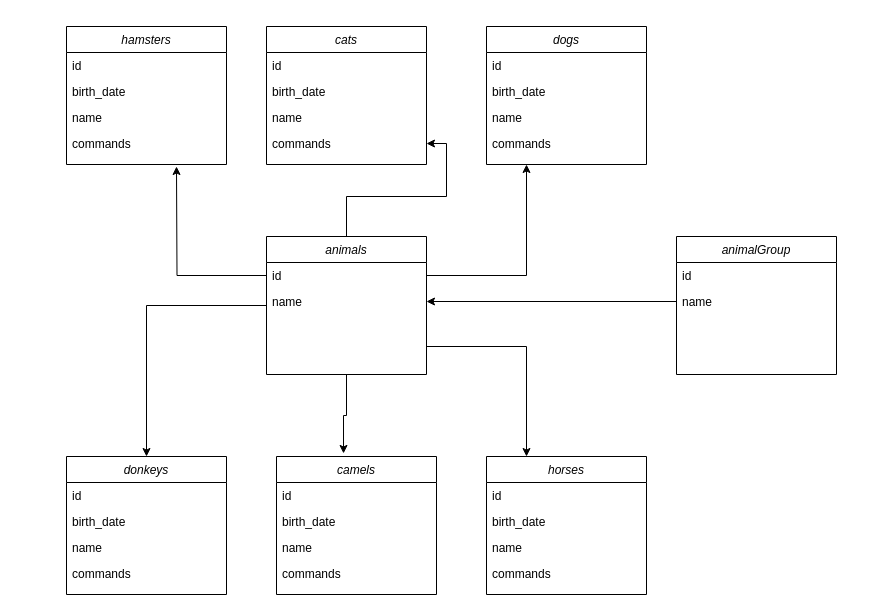
This is src/diagram/human_friends.drawio from posthak/GB_Specialization, a draw.io file, before an edit. Source tidied: cells renumbered, new cells numbered last; positions are measured from the earlier drawing's top-left corner, leaving out a move shared by most shapes. Both pictures are drawn from the tidied source at 100%, with x=0, y=0 at pixel (66, 26).
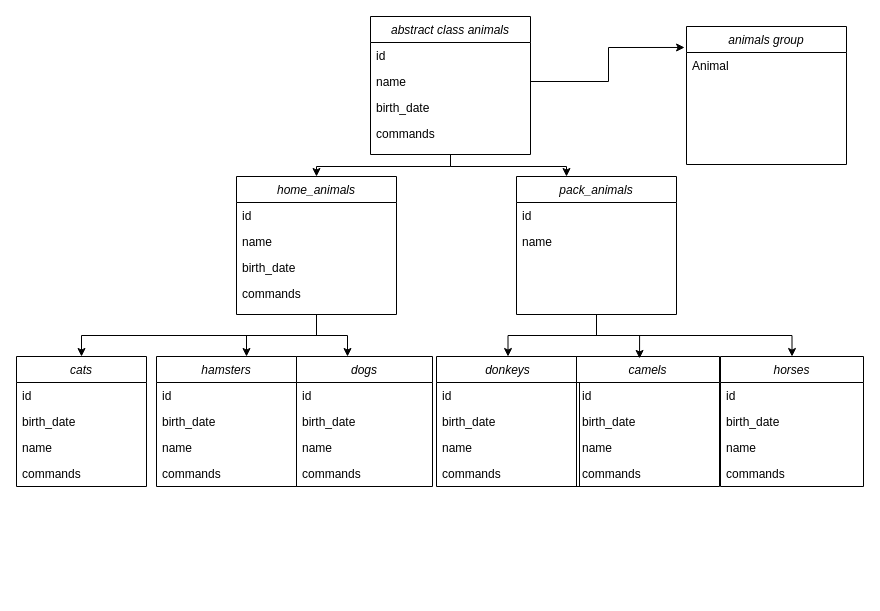
After the change.

Change to the diagram source:
```diff
@@
     <mxCell id="2" value="donkeys" style="swimlane;fontStyle=2;align=center;verticalAlign=top;horizontal=1;startSize=26;rounded=0;shadow=0;strokeWidth=1;" parent="1" vertex="1">
-      <mxGeometry y="430" width="160" height="138" as="geometry" />
+      <mxGeometry x="370" y="330" width="143" height="130" as="geometry" />
     </mxCell>
     <mxCell id="3" value="id" style="text;align=left;verticalAlign=top;spacingLeft=4;spacingRight=4;overflow=hidden;" parent="2" vertex="1">
-      <mxGeometry y="26" width="160" height="26" as="geometry" />
+      <mxGeometry y="26" width="143" height="26" as="geometry" />
     </mxCell>
     <mxCell id="4" value="birth_date" style="text;align=left;verticalAlign=top;spacingLeft=4;spacingRight=4;overflow=hidden;rounded=0;shadow=0;html=0;" parent="2" vertex="1">
-      <mxGeometry y="52" width="160" height="26" as="geometry" />
+      <mxGeometry y="52" width="143" height="26" as="geometry" />
     </mxCell>
     <mxCell id="5" value="name" style="text;align=left;verticalAlign=top;spacingLeft=4;spacingRight=4;overflow=hidden;rounded=0;shadow=0;html=0;" parent="2" vertex="1">
-      <mxGeometry y="78" width="160" height="26" as="geometry" />
+      <mxGeometry y="78" width="143" height="26" as="geometry" />
     </mxCell>
     <mxCell id="6" value="commands" style="text;align=left;verticalAlign=top;spacingLeft=4;spacingRight=4;overflow=hidden;" parent="2" vertex="1">
-      <mxGeometry y="104" width="160" height="26" as="geometry" />
+      <mxGeometry y="104" width="143" height="26" as="geometry" />
     </mxCell>
     <mxCell id="7" value="camels" style="swimlane;fontStyle=2;align=center;verticalAlign=top;horizontal=1;startSize=26;rounded=0;shadow=0;strokeWidth=1;" parent="1" vertex="1">
-      <mxGeometry x="210" y="430" width="160" height="138" as="geometry" />
+      <mxGeometry x="510" y="330" width="143" height="130" as="geometry" />
     </mxCell>
     <mxCell id="8" value="id" style="text;align=left;verticalAlign=top;spacingLeft=4;spacingRight=4;overflow=hidden;" parent="7" vertex="1">
-      <mxGeometry y="26" width="160" height="26" as="geometry" />
+      <mxGeometry y="26" width="143" height="26" as="geometry" />
     </mxCell>
     <mxCell id="9" value="birth_date" style="text;align=left;verticalAlign=top;spacingLeft=4;spacingRight=4;overflow=hidden;rounded=0;shadow=0;html=0;" parent="7" vertex="1">
-      <mxGeometry y="52" width="160" height="26" as="geometry" />
+      <mxGeometry y="52" width="143" height="26" as="geometry" />
     </mxCell>
     <mxCell id="10" value="name" style="text;align=left;verticalAlign=top;spacingLeft=4;spacingRight=4;overflow=hidden;rounded=0;shadow=0;html=0;" parent="7" vertex="1">
-      <mxGeometry y="78" width="160" height="26" as="geometry" />
+      <mxGeometry y="78" width="143" height="26" as="geometry" />
     </mxCell>
     <mxCell id="11" value="commands" style="text;align=left;verticalAlign=top;spacingLeft=4;spacingRight=4;overflow=hidden;" parent="7" vertex="1">
-      <mxGeometry y="104" width="160" height="26" as="geometry" />
+      <mxGeometry y="104" width="143" height="26" as="geometry" />
     </mxCell>
     <mxCell id="12" value="horses" style="swimlane;fontStyle=2;align=center;verticalAlign=top;horizontal=1;startSize=26;rounded=0;shadow=0;strokeWidth=1;" parent="1" vertex="1">
-      <mxGeometry x="420" y="430" width="160" height="138" as="geometry" />
+      <mxGeometry x="654" y="330" width="143" height="130" as="geometry" />
     </mxCell>
     <mxCell id="13" value="id" style="text;align=left;verticalAlign=top;spacingLeft=4;spacingRight=4;overflow=hidden;" parent="12" vertex="1">
-      <mxGeometry y="26" width="160" height="26" as="geometry" />
+      <mxGeometry y="26" width="143" height="26" as="geometry" />
     </mxCell>
     <mxCell id="14" value="birth_date" style="text;align=left;verticalAlign=top;spacingLeft=4;spacingRight=4;overflow=hidden;rounded=0;shadow=0;html=0;" parent="12" vertex="1">
-      <mxGeometry y="52" width="160" height="26" as="geometry" />
+      <mxGeometry y="52" width="143" height="26" as="geometry" />
     </mxCell>
     <mxCell id="15" value="name" style="text;align=left;verticalAlign=top;spacingLeft=4;spacingRight=4;overflow=hidden;rounded=0;shadow=0;html=0;" parent="12" vertex="1">
-      <mxGeometry y="78" width="160" height="26" as="geometry" />
+      <mxGeometry y="78" width="143" height="26" as="geometry" />
     </mxCell>
     <mxCell id="16" value="commands" style="text;align=left;verticalAlign=top;spacingLeft=4;spacingRight=4;overflow=hidden;" parent="12" vertex="1">
-      <mxGeometry y="104" width="160" height="26" as="geometry" />
+      <mxGeometry y="104" width="143" height="26" as="geometry" />
     </mxCell>
     <mxCell id="17" value="cats" style="swimlane;fontStyle=2;align=center;verticalAlign=top;horizontal=1;startSize=26;rounded=0;shadow=0;strokeWidth=1;" parent="1" vertex="1">
-      <mxGeometry x="200" width="160" height="138" as="geometry" />
+      <mxGeometry x="-50" y="330" width="130" height="130" as="geometry" />
     </mxCell>
     <mxCell id="18" value="id" style="text;align=left;verticalAlign=top;spacingLeft=4;spacingRight=4;overflow=hidden;" parent="17" vertex="1">
-      <mxGeometry y="26" width="160" height="26" as="geometry" />
+      <mxGeometry y="26" width="130" height="26" as="geometry" />
     </mxCell>
     <mxCell id="19" value="birth_date" style="text;align=left;verticalAlign=top;spacingLeft=4;spacingRight=4;overflow=hidden;rounded=0;shadow=0;html=0;" parent="17" vertex="1">
-      <mxGeometry y="52" width="160" height="26" as="geometry" />
+      <mxGeometry y="52" width="130" height="26" as="geometry" />
     </mxCell>
     <mxCell id="20" value="name" style="text;align=left;verticalAlign=top;spacingLeft=4;spacingRight=4;overflow=hidden;rounded=0;shadow=0;html=0;" parent="17" vertex="1">
-      <mxGeometry y="78" width="160" height="26" as="geometry" />
+      <mxGeometry y="78" width="130" height="26" as="geometry" />
     </mxCell>
     <mxCell id="21" value="commands" style="text;align=left;verticalAlign=top;spacingLeft=4;spacingRight=4;overflow=hidden;points=[[0,0.5],[1,0.5]];portConstraint=eastwest;" parent="17" vertex="1">
-      <mxGeometry y="104" width="160" height="26" as="geometry" />
+      <mxGeometry y="104" width="130" height="26" as="geometry" />
     </mxCell>
+    <mxCell id="27" value="hamsters" style="swimlane;fontStyle=2;align=center;verticalAlign=top;horizontal=1;startSize=26;rounded=0;shadow=0;strokeWidth=1;" parent="1" vertex="1">
+      <mxGeometry x="90" y="330" width="140" height="130" as="geometry" />
+    </mxCell>
+    <mxCell id="28" value="id" style="text;align=left;verticalAlign=top;spacingLeft=4;spacingRight=4;overflow=hidden;" parent="27" vertex="1">
+      <mxGeometry y="26" width="140" height="26" as="geometry" />
+    </mxCell>
+    <mxCell id="29" value="birth_date" style="text;align=left;verticalAlign=top;spacingLeft=4;spacingRight=4;overflow=hidden;rounded=0;shadow=0;html=0;" parent="27" vertex="1">
+      <mxGeometry y="52" width="140" height="26" as="geometry" />
+    </mxCell>
+    <mxCell id="30" value="name" style="text;align=left;verticalAlign=top;spacingLeft=4;spacingRight=4;overflow=hidden;rounded=0;shadow=0;html=0;" parent="27" vertex="1">
+      <mxGeometry y="78" width="140" height="26" as="geometry" />
+    </mxCell>
+    <mxCell id="31" value="commands" style="text;align=left;verticalAlign=top;spacingLeft=4;spacingRight=4;overflow=hidden;" parent="27" vertex="1">
+      <mxGeometry y="104" width="140" height="26" as="geometry" />
+    </mxCell>
+    <mxCell id="35" value="abstract class animals" style="swimlane;fontStyle=2;align=center;verticalAlign=top;horizontal=1;startSize=26;rounded=0;shadow=0;strokeWidth=1;" parent="1" vertex="1">
+      <mxGeometry x="304" y="-10" width="160" height="138" as="geometry" />
+    </mxCell>
+    <mxCell id="37" value="id" style="text;align=left;verticalAlign=top;spacingLeft=4;spacingRight=4;overflow=hidden;points=[[0,0.5],[1,0.5]];portConstraint=eastwest;" parent="35" vertex="1">
+      <mxGeometry y="26" width="160" height="26" as="geometry" />
+    </mxCell>
+    <mxCell id="38" value="name" style="text;align=left;verticalAlign=top;spacingLeft=4;spacingRight=4;overflow=hidden;points=[[0,0.5],[1,0.5]];portConstraint=eastwest;rounded=0;shadow=0;html=0;" parent="35" vertex="1">
+      <mxGeometry y="52" width="160" height="26" as="geometry" />
+    </mxCell>
+    <mxCell id="45" value="birth_date" style="text;align=left;verticalAlign=top;spacingLeft=4;spacingRight=4;overflow=hidden;rounded=0;shadow=0;html=0;" parent="35" vertex="1">
+      <mxGeometry y="78" width="160" height="26" as="geometry" />
+    </mxCell>
+    <mxCell id="46" value="commands" style="text;align=left;verticalAlign=top;spacingLeft=4;spacingRight=4;overflow=hidden;" parent="35" vertex="1">
+      <mxGeometry y="104" width="160" height="26" as="geometry" />
+    </mxCell>
     <mxCell id="22" value="dogs" style="swimlane;fontStyle=2;align=center;verticalAlign=top;horizontal=1;startSize=26;rounded=0;shadow=0;strokeWidth=1;" parent="1" vertex="1">
-      <mxGeometry x="420" width="160" height="138" as="geometry" />
+      <mxGeometry x="230" y="330" width="136" height="130" as="geometry" />
     </mxCell>
     <mxCell id="23" value="id" style="text;align=left;verticalAlign=top;spacingLeft=4;spacingRight=4;overflow=hidden;" parent="22" vertex="1">
-      <mxGeometry y="26" width="160" height="26" as="geometry" />
+      <mxGeometry y="26" width="136" height="26" as="geometry" />
     </mxCell>
     <mxCell id="24" value="birth_date" style="text;align=left;verticalAlign=top;spacingLeft=4;spacingRight=4;overflow=hidden;rounded=0;shadow=0;html=0;" parent="22" vertex="1">
-      <mxGeometry y="52" width="160" height="26" as="geometry" />
+      <mxGeometry y="52" width="136" height="26" as="geometry" />
     </mxCell>
     <mxCell id="25" value="name" style="text;align=left;verticalAlign=top;spacingLeft=4;spacingRight=4;overflow=hidden;rounded=0;shadow=0;html=0;" parent="22" vertex="1">
-      <mxGeometry y="78" width="160" height="26" as="geometry" />
+      <mxGeometry y="78" width="136" height="26" as="geometry" />
     </mxCell>
     <mxCell id="26" value="commands" style="text;align=left;verticalAlign=top;spacingLeft=4;spacingRight=4;overflow=hidden;" parent="22" vertex="1">
-      <mxGeometry y="104" width="160" height="26" as="geometry" />
+      <mxGeometry y="104" width="136" height="26" as="geometry" />
     </mxCell>
-    <mxCell id="27" value="hamsters" style="swimlane;fontStyle=2;align=center;verticalAlign=top;horizontal=1;startSize=26;rounded=0;shadow=0;strokeWidth=1;" parent="1" vertex="1">
-      <mxGeometry width="160" height="138" as="geometry" />
-    </mxCell>
-    <mxCell id="28" value="id" style="text;align=left;verticalAlign=top;spacingLeft=4;spacingRight=4;overflow=hidden;" parent="27" vertex="1">
-      <mxGeometry y="26" width="160" height="26" as="geometry" />
-    </mxCell>
-    <mxCell id="29" value="birth_date" style="text;align=left;verticalAlign=top;spacingLeft=4;spacingRight=4;overflow=hidden;rounded=0;shadow=0;html=0;" parent="27" vertex="1">
-      <mxGeometry y="52" width="160" height="26" as="geometry" />
-    </mxCell>
-    <mxCell id="30" value="name" style="text;align=left;verticalAlign=top;spacingLeft=4;spacingRight=4;overflow=hidden;rounded=0;shadow=0;html=0;" parent="27" vertex="1">
-      <mxGeometry y="78" width="160" height="26" as="geometry" />
-    </mxCell>
-    <mxCell id="31" value="commands" style="text;align=left;verticalAlign=top;spacingLeft=4;spacingRight=4;overflow=hidden;" parent="27" vertex="1">
-      <mxGeometry y="104" width="160" height="26" as="geometry" />
-    </mxCell>
-    <mxCell id="32" style="edgeStyle=orthogonalEdgeStyle;rounded=0;jettySize=auto;html=1;" parent="1" edge="1" source="35" target="21">
-      <mxGeometry relative="1" as="geometry" />
-    </mxCell>
-    <mxCell id="33" style="edgeStyle=orthogonalEdgeStyle;rounded=0;jettySize=auto;html=1;entryX=0.5;entryY=0;entryDx=0;entryDy=0;" parent="1" edge="1" source="35" target="2">
-      <mxGeometry relative="1" as="geometry" />
-    </mxCell>
-    <mxCell id="34" style="edgeStyle=orthogonalEdgeStyle;rounded=0;jettySize=auto;html=1;entryX=0.25;entryY=0;entryDx=0;entryDy=0;" parent="1" edge="1" source="35" target="12">
-      <mxGeometry relative="1" as="geometry">
-        <Array as="points">
-          <mxPoint x="460" y="320" />
-        </Array>
-      </mxGeometry>
-    </mxCell>
-    <mxCell id="35" value="animals" style="swimlane;fontStyle=2;align=center;verticalAlign=top;horizontal=1;startSize=26;rounded=0;shadow=0;strokeWidth=1;" parent="1" vertex="1">
-      <mxGeometry x="200" y="210" width="160" height="138" as="geometry" />
-    </mxCell>
-    <mxCell id="36" style="edgeStyle=orthogonalEdgeStyle;rounded=0;jettySize=auto;html=1;" parent="35" edge="1" source="37">
-      <mxGeometry relative="1" as="geometry">
-        <mxPoint x="-90" y="-70" as="targetPoint" />
-      </mxGeometry>
-    </mxCell>
-    <mxCell id="37" value="id" style="text;align=left;verticalAlign=top;spacingLeft=4;spacingRight=4;overflow=hidden;points=[[0,0.5],[1,0.5]];portConstraint=eastwest;" parent="35" vertex="1">
-      <mxGeometry y="26" width="160" height="26" as="geometry" />
-    </mxCell>
-    <mxCell id="38" value="name" style="text;align=left;verticalAlign=top;spacingLeft=4;spacingRight=4;overflow=hidden;points=[[0,0.5],[1,0.5]];portConstraint=eastwest;rounded=0;shadow=0;html=0;" parent="35" vertex="1">
-      <mxGeometry y="52" width="160" height="26" as="geometry" />
-    </mxCell>
-    <mxCell id="39" value="animalGroup" style="swimlane;fontStyle=2;align=center;verticalAlign=top;horizontal=1;startSize=26;rounded=0;shadow=0;strokeWidth=1;" parent="1" vertex="1">
-      <mxGeometry x="610" y="210" width="160" height="138" as="geometry" />
-    </mxCell>
-    <mxCell id="40" value="id" style="text;align=left;verticalAlign=top;spacingLeft=4;spacingRight=4;overflow=hidden;" parent="39" vertex="1">
-      <mxGeometry y="26" width="160" height="26" as="geometry" />
-    </mxCell>
-    <mxCell id="41" value="name" style="text;align=left;verticalAlign=top;spacingLeft=4;spacingRight=4;overflow=hidden;points=[[0,0.5],[1,0.5]];portConstraint=eastwest;rounded=0;shadow=0;html=0;" parent="39" vertex="1">
-      <mxGeometry y="52" width="160" height="26" as="geometry" />
-    </mxCell>
-    <mxCell id="42" style="edgeStyle=orthogonalEdgeStyle;rounded=0;jettySize=auto;html=1;entryX=0.25;entryY=1;entryDx=0;entryDy=0;" parent="1" edge="1" source="37" target="22">
-      <mxGeometry relative="1" as="geometry" />
-    </mxCell>
-    <mxCell id="43" style="edgeStyle=orthogonalEdgeStyle;rounded=0;jettySize=auto;html=1;entryX=0.419;entryY=-0.022;entryDx=0;entryDy=0;entryPerimeter=0;" parent="1" edge="1" source="35" target="7">
-      <mxGeometry relative="1" as="geometry" />
-    </mxCell>
-    <mxCell id="44" style="edgeStyle=orthogonalEdgeStyle;rounded=0;jettySize=auto;html=1;" parent="1" edge="1" source="41" target="38">
-      <mxGeometry relative="1" as="geometry" />
-    </mxCell>
+    <mxCell id="47" style="edgeStyle=orthogonalEdgeStyle;rounded=0;jettySize=auto;html=1;entryX=0.5;entryY=0;entryDx=0;entryDy=0;exitX=0.5;exitY=1;exitDx=0;exitDy=0;" parent="1" edge="1" source="49" target="12">
+      <mxGeometry relative="1" as="geometry" />
+    </mxCell>
+    <mxCell id="48" style="edgeStyle=orthogonalEdgeStyle;rounded=0;jettySize=auto;html=1;entryX=0.5;entryY=0;entryDx=0;entryDy=0;" parent="1" edge="1" source="49" target="2">
+      <mxGeometry relative="1" as="geometry" />
+    </mxCell>
+    <mxCell id="49" value="pack_animals" style="swimlane;fontStyle=2;align=center;verticalAlign=top;horizontal=1;startSize=26;rounded=0;shadow=0;strokeWidth=1;" parent="1" vertex="1">
+      <mxGeometry x="450" y="150" width="160" height="138" as="geometry" />
+    </mxCell>
+    <mxCell id="50" value="id" style="text;align=left;verticalAlign=top;spacingLeft=4;spacingRight=4;overflow=hidden;" parent="49" vertex="1">
+      <mxGeometry y="26" width="160" height="26" as="geometry" />
+    </mxCell>
+    <mxCell id="51" value="name" style="text;align=left;verticalAlign=top;spacingLeft=4;spacingRight=4;overflow=hidden;rounded=0;shadow=0;html=0;" parent="49" vertex="1">
+      <mxGeometry y="52" width="160" height="26" as="geometry" />
+    </mxCell>
+    <mxCell id="52" style="edgeStyle=orthogonalEdgeStyle;rounded=0;jettySize=auto;html=1;entryX=0.5;entryY=0;entryDx=0;entryDy=0;exitX=0.5;exitY=1;exitDx=0;exitDy=0;" parent="1" edge="1" source="53" target="17">
+      <mxGeometry relative="1" as="geometry" />
+    </mxCell>
+    <mxCell id="53" value="home_animals" style="swimlane;fontStyle=2;align=center;verticalAlign=top;horizontal=1;startSize=26;rounded=0;shadow=0;strokeWidth=1;" parent="1" vertex="1">
+      <mxGeometry x="170" y="150" width="160" height="138" as="geometry" />
+    </mxCell>
+    <mxCell id="54" value="id" style="text;align=left;verticalAlign=top;spacingLeft=4;spacingRight=4;overflow=hidden;" parent="53" vertex="1">
+      <mxGeometry y="26" width="160" height="26" as="geometry" />
+    </mxCell>
+    <mxCell id="55" value="name" style="text;align=left;verticalAlign=top;spacingLeft=4;spacingRight=4;overflow=hidden;rounded=0;shadow=0;html=0;" parent="53" vertex="1">
+      <mxGeometry y="52" width="160" height="26" as="geometry" />
+    </mxCell>
+    <mxCell id="56" value="birth_date" style="text;align=left;verticalAlign=top;spacingLeft=4;spacingRight=4;overflow=hidden;rounded=0;shadow=0;html=0;" parent="53" vertex="1">
+      <mxGeometry y="78" width="160" height="26" as="geometry" />
+    </mxCell>
+    <mxCell id="57" value="commands" style="text;align=left;verticalAlign=top;spacingLeft=4;spacingRight=4;overflow=hidden;" parent="53" vertex="1">
+      <mxGeometry y="104" width="160" height="26" as="geometry" />
+    </mxCell>
+    <mxCell id="58" style="edgeStyle=orthogonalEdgeStyle;rounded=0;jettySize=auto;html=1;exitX=0.5;exitY=1;exitDx=0;exitDy=0;" parent="1" edge="1" source="35" target="53">
+      <mxGeometry relative="1" as="geometry">
+        <Array as="points">
+          <mxPoint x="384" y="140" />
+          <mxPoint x="250" y="140" />
+        </Array>
+      </mxGeometry>
+    </mxCell>
+    <mxCell id="59" style="edgeStyle=orthogonalEdgeStyle;rounded=0;jettySize=auto;html=1;exitX=0.5;exitY=1;exitDx=0;exitDy=0;" parent="1" edge="1" source="35" target="49">
+      <mxGeometry relative="1" as="geometry">
+        <Array as="points">
+          <mxPoint x="384" y="140" />
+          <mxPoint x="500" y="140" />
+        </Array>
+      </mxGeometry>
+    </mxCell>
+    <mxCell id="60" value="animals group" style="swimlane;fontStyle=2;align=center;verticalAlign=top;horizontal=1;startSize=26;rounded=0;shadow=0;strokeWidth=1;" parent="1" vertex="1">
+      <mxGeometry x="620" width="160" height="138" as="geometry" />
+    </mxCell>
+    <mxCell id="61" value="Animal" style="text;align=left;verticalAlign=top;spacingLeft=4;spacingRight=4;overflow=hidden;" parent="60" vertex="1">
+      <mxGeometry y="26" width="160" height="26" as="geometry" />
+    </mxCell>
+    <mxCell id="62" style="edgeStyle=orthogonalEdgeStyle;rounded=0;jettySize=auto;html=1;entryX=0.375;entryY=0;entryDx=0;entryDy=0;entryPerimeter=0;" parent="1" edge="1" source="53" target="22">
+      <mxGeometry relative="1" as="geometry" />
+    </mxCell>
+    <mxCell id="63" style="edgeStyle=orthogonalEdgeStyle;rounded=0;jettySize=auto;html=1;entryX=0.643;entryY=0;entryDx=0;entryDy=0;entryPerimeter=0;" parent="1" edge="1" source="53" target="27">
+      <mxGeometry relative="1" as="geometry" />
+    </mxCell>
+    <mxCell id="64" style="edgeStyle=orthogonalEdgeStyle;rounded=0;jettySize=auto;html=1;entryX=0.441;entryY=0.015;entryDx=0;entryDy=0;entryPerimeter=0;" parent="1" edge="1" source="49" target="7">
+      <mxGeometry relative="1" as="geometry" />
+    </mxCell>
+    <mxCell id="65" style="edgeStyle=orthogonalEdgeStyle;rounded=0;jettySize=auto;html=1;entryX=-0.012;entryY=0.152;entryDx=0;entryDy=0;entryPerimeter=0;" parent="1" edge="1" source="38" target="60">
+      <mxGeometry relative="1" as="geometry" />
+    </mxCell>
```
